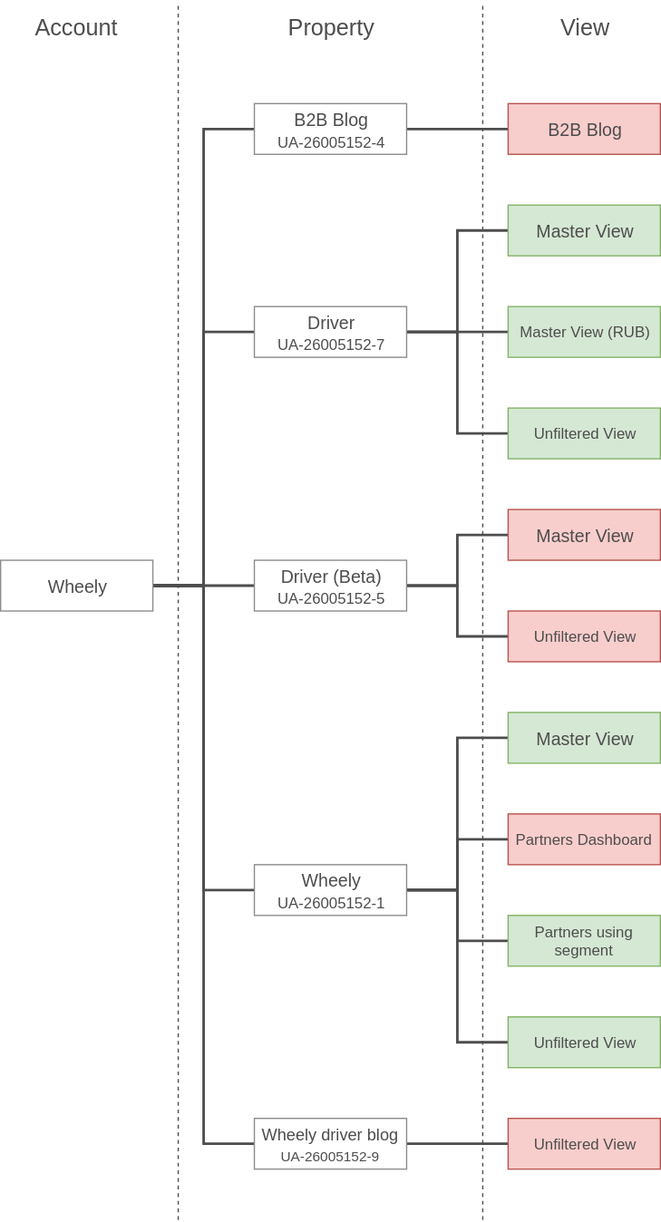
This is ga.svg from ajile/draw-io, a draw.io export, as it was before one commit. Source tidied: cells renumbered, new cells last; positions are measured from the earlier drawing's top-left corner, leaving out a move shared by most shapes.
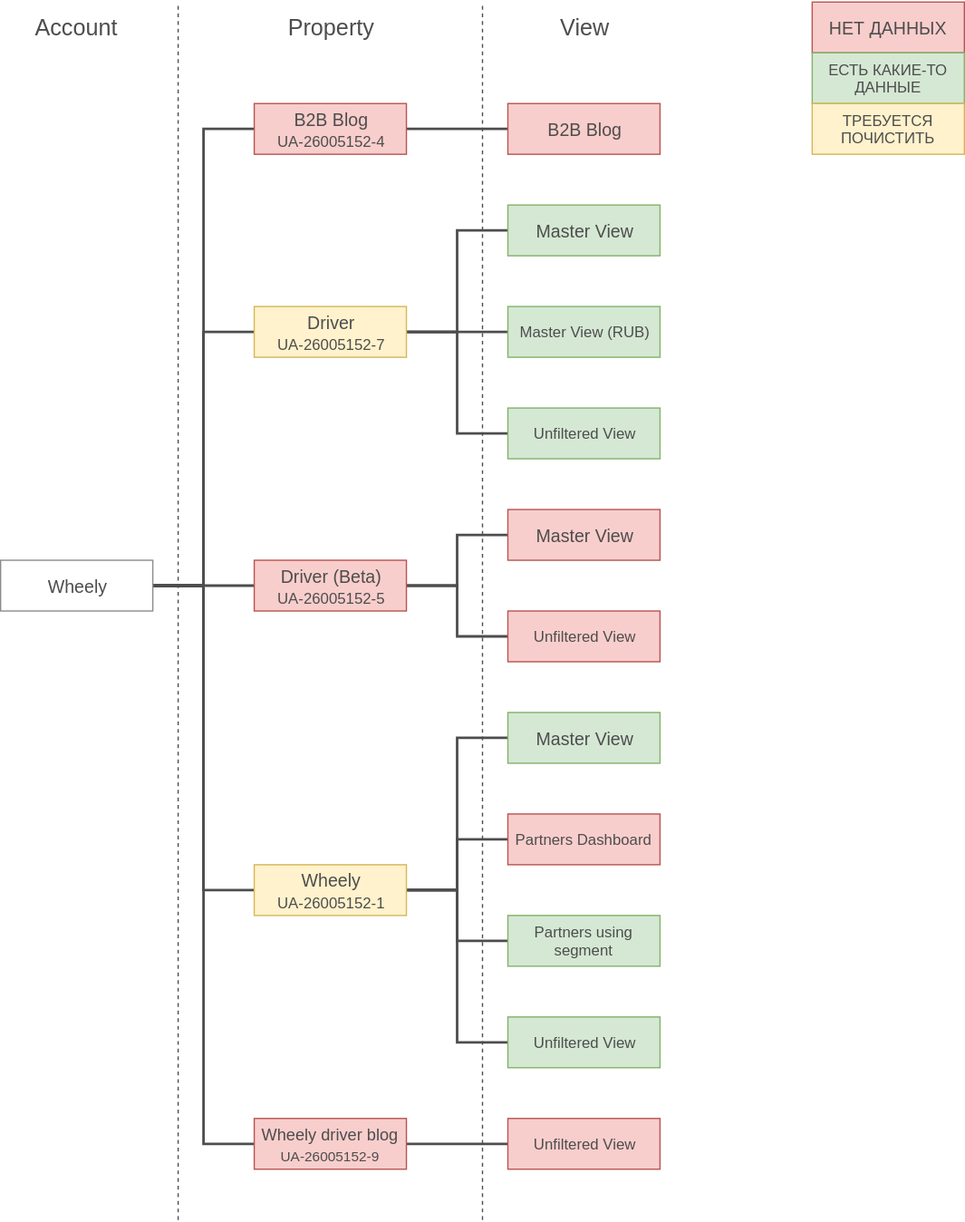
The same diagram one commit later.

The edit, as a diff of the source:
```diff
@@ -29,13 +29,13 @@
     <mxCell id="10" style="edgeStyle=orthogonalEdgeStyle;rounded=0;html=1;entryX=0;entryY=0.5;startSize=4;endArrow=none;endFill=0;endSize=4;jettySize=auto;strokeColor=#4D4D4D;strokeWidth=2;fontSize=12;fontColor=#4D4D4D;" parent="1" edge="1" source="11" target="27">
       <mxGeometry relative="1" as="geometry" />
     </mxCell>
-    <mxCell id="11" value="Driver&lt;br&gt;&lt;font style=&quot;font-size: 12px&quot;&gt;UA-26005152-7&lt;/font&gt;&lt;br&gt;" style="rounded=0;whiteSpace=wrap;html=1;shadow=0;glass=0;labelBackgroundColor=none;strokeColor=#8C8C8C;fillColor=#FFFFFF;gradientColor=none;fontSize=14;fontColor=#4D4D4D;align=center;" parent="1" vertex="1">
+    <mxCell id="11" value="Driver&lt;br&gt;&lt;font style=&quot;font-size: 12px&quot;&gt;UA-26005152-7&lt;/font&gt;&lt;br&gt;" style="rounded=0;whiteSpace=wrap;html=1;shadow=0;glass=0;labelBackgroundColor=none;strokeColor=#d6b656;fillColor=#fff2cc;fontSize=14;fontColor=#4D4D4D;align=center;" parent="1" vertex="1">
       <mxGeometry x="200" y="240" width="120" height="40" as="geometry" />
     </mxCell>
     <mxCell id="12" style="edgeStyle=orthogonalEdgeStyle;rounded=0;html=1;startSize=4;endArrow=none;endFill=0;endSize=4;jettySize=auto;strokeColor=#4D4D4D;strokeWidth=2;fontSize=13;fontColor=#4D4D4D;" parent="1" edge="1" source="13" target="24">
       <mxGeometry relative="1" as="geometry" />
     </mxCell>
-    <mxCell id="13" value="B2B Blog&lt;br&gt;&lt;font style=&quot;font-size: 12px&quot;&gt;UA-26005152-4&lt;/font&gt;&lt;br&gt;" style="rounded=0;whiteSpace=wrap;html=1;shadow=0;glass=0;labelBackgroundColor=none;strokeColor=#8C8C8C;fillColor=#FFFFFF;gradientColor=none;fontSize=14;fontColor=#4D4D4D;align=center;" parent="1" vertex="1">
+    <mxCell id="13" value="B2B Blog&lt;br&gt;&lt;font style=&quot;font-size: 12px&quot;&gt;UA-26005152-4&lt;/font&gt;&lt;br&gt;" style="rounded=0;whiteSpace=wrap;html=1;shadow=0;glass=0;labelBackgroundColor=none;strokeColor=#b85450;fillColor=#f8cecc;fontSize=14;fontColor=#4D4D4D;align=center;" parent="1" vertex="1">
       <mxGeometry x="200" y="80" width="120" height="40" as="geometry" />
     </mxCell>
     <mxCell id="14" style="edgeStyle=orthogonalEdgeStyle;rounded=0;html=1;entryX=0;entryY=0.5;startSize=4;endArrow=none;endFill=0;endSize=4;jettySize=auto;strokeColor=#4D4D4D;strokeWidth=2;fontSize=12;fontColor=#4D4D4D;" parent="1" edge="1" source="18" target="30">
@@ -50,7 +50,7 @@
     <mxCell id="17" style="edgeStyle=orthogonalEdgeStyle;rounded=0;html=1;entryX=0;entryY=0.5;startSize=4;endArrow=none;endFill=0;endSize=4;jettySize=auto;strokeColor=#4D4D4D;strokeWidth=2;fontSize=12;fontColor=#4D4D4D;" parent="1" edge="1" source="18" target="31">
       <mxGeometry relative="1" as="geometry" />
     </mxCell>
-    <mxCell id="18" value="Wheely&lt;br&gt;&lt;font style=&quot;font-size: 12px&quot;&gt;UA-26005152-1&lt;/font&gt;&lt;br&gt;" style="rounded=0;whiteSpace=wrap;html=1;shadow=0;glass=0;labelBackgroundColor=none;strokeColor=#8C8C8C;fillColor=#FFFFFF;gradientColor=none;fontSize=14;fontColor=#4D4D4D;align=center;" parent="1" vertex="1">
+    <mxCell id="18" value="Wheely&lt;br&gt;&lt;font style=&quot;font-size: 12px&quot;&gt;UA-26005152-1&lt;/font&gt;&lt;br&gt;" style="rounded=0;whiteSpace=wrap;html=1;shadow=0;glass=0;labelBackgroundColor=none;strokeColor=#d6b656;fillColor=#fff2cc;fontSize=14;fontColor=#4D4D4D;align=center;" parent="1" vertex="1">
       <mxGeometry x="200" y="680" width="120" height="40" as="geometry" />
     </mxCell>
     <mxCell id="19" style="edgeStyle=orthogonalEdgeStyle;rounded=0;html=1;entryX=0;entryY=0.5;startSize=4;endArrow=none;endFill=0;endSize=4;jettySize=auto;strokeColor=#4D4D4D;strokeWidth=2;fontSize=12;fontColor=#4D4D4D;" parent="1" edge="1" source="21" target="28">
@@ -59,13 +59,13 @@
     <mxCell id="20" style="edgeStyle=orthogonalEdgeStyle;rounded=0;html=1;entryX=0;entryY=0.5;startSize=4;endArrow=none;endFill=0;endSize=4;jettySize=auto;strokeColor=#4D4D4D;strokeWidth=2;fontSize=12;fontColor=#4D4D4D;" parent="1" edge="1" source="21" target="29">
       <mxGeometry relative="1" as="geometry" />
     </mxCell>
-    <mxCell id="21" value="Driver (Beta)&lt;br&gt;&lt;font style=&quot;font-size: 12px&quot;&gt;UA-26005152-5&lt;/font&gt;&lt;br&gt;" style="rounded=0;whiteSpace=wrap;html=1;shadow=0;glass=0;labelBackgroundColor=none;strokeColor=#8C8C8C;fillColor=#FFFFFF;gradientColor=none;fontSize=14;fontColor=#4D4D4D;align=center;" parent="1" vertex="1">
+    <mxCell id="21" value="Driver (Beta)&lt;br&gt;&lt;font style=&quot;font-size: 12px&quot;&gt;UA-26005152-5&lt;/font&gt;&lt;br&gt;" style="rounded=0;whiteSpace=wrap;html=1;shadow=0;glass=0;labelBackgroundColor=none;strokeColor=#b85450;fillColor=#f8cecc;fontSize=14;fontColor=#4D4D4D;align=center;" parent="1" vertex="1">
       <mxGeometry x="200" y="440" width="120" height="40" as="geometry" />
     </mxCell>
     <mxCell id="22" style="edgeStyle=orthogonalEdgeStyle;rounded=0;html=1;startSize=4;endArrow=none;endFill=0;endSize=4;jettySize=auto;strokeColor=#4D4D4D;strokeWidth=2;fontSize=12;fontColor=#4D4D4D;" parent="1" edge="1" source="23" target="34">
       <mxGeometry relative="1" as="geometry" />
     </mxCell>
-    <mxCell id="23" value="Wheely driver blog&lt;br&gt;&lt;font style=&quot;font-size: 11px&quot;&gt;UA-26005152-9&lt;/font&gt;&lt;br&gt;" style="rounded=0;whiteSpace=wrap;html=1;shadow=0;glass=0;labelBackgroundColor=none;strokeColor=#8C8C8C;fillColor=#FFFFFF;gradientColor=none;fontSize=13;fontColor=#4D4D4D;align=center;" parent="1" vertex="1">
+    <mxCell id="23" value="Wheely driver blog&lt;br&gt;&lt;font style=&quot;font-size: 11px&quot;&gt;UA-26005152-9&lt;/font&gt;&lt;br&gt;" style="rounded=0;whiteSpace=wrap;html=1;shadow=0;glass=0;labelBackgroundColor=none;strokeColor=#b85450;fillColor=#f8cecc;fontSize=13;fontColor=#4D4D4D;align=center;" parent="1" vertex="1">
       <mxGeometry x="200" y="880" width="120" height="40" as="geometry" />
     </mxCell>
     <mxCell id="24" value="B2B Blog" style="rounded=0;whiteSpace=wrap;html=1;shadow=0;glass=0;labelBackgroundColor=none;strokeColor=#b85450;fillColor=#f8cecc;fontSize=14;fontColor=#4D4D4D;align=center;" parent="1" vertex="1">
@@ -125,5 +125,14 @@
         <mxPoint x="380" as="targetPoint" />
       </mxGeometry>
     </mxCell>
+    <mxCell id="41" value="НЕТ ДАННЫХ" style="rounded=0;whiteSpace=wrap;html=1;shadow=0;glass=0;labelBackgroundColor=none;strokeColor=#b85450;fillColor=#f8cecc;fontSize=14;fontColor=#4D4D4D;align=center;" parent="1" vertex="1">
+      <mxGeometry x="640" width="120" height="40" as="geometry" />
+    </mxCell>
+    <mxCell id="42" value="ЕСТЬ КАКИЕ-ТО ДАННЫЕ" style="rounded=0;whiteSpace=wrap;html=1;shadow=0;glass=0;labelBackgroundColor=none;strokeColor=#82b366;fillColor=#d5e8d4;fontSize=12;fontColor=#4D4D4D;align=center;" parent="1" vertex="1">
+      <mxGeometry x="640" y="40" width="120" height="40" as="geometry" />
+    </mxCell>
+    <mxCell id="43" value="ТРЕБУЕТСЯ ПОЧИСТИТЬ" style="rounded=0;whiteSpace=wrap;html=1;shadow=0;glass=0;labelBackgroundColor=none;strokeColor=#d6b656;fillColor=#fff2cc;fontSize=12;fontColor=#4D4D4D;align=center;" parent="1" vertex="1">
+      <mxGeometry x="640" y="80" width="120" height="40" as="geometry" />
+    </mxCell>
   </root>
 </mxGraphModel>
```
